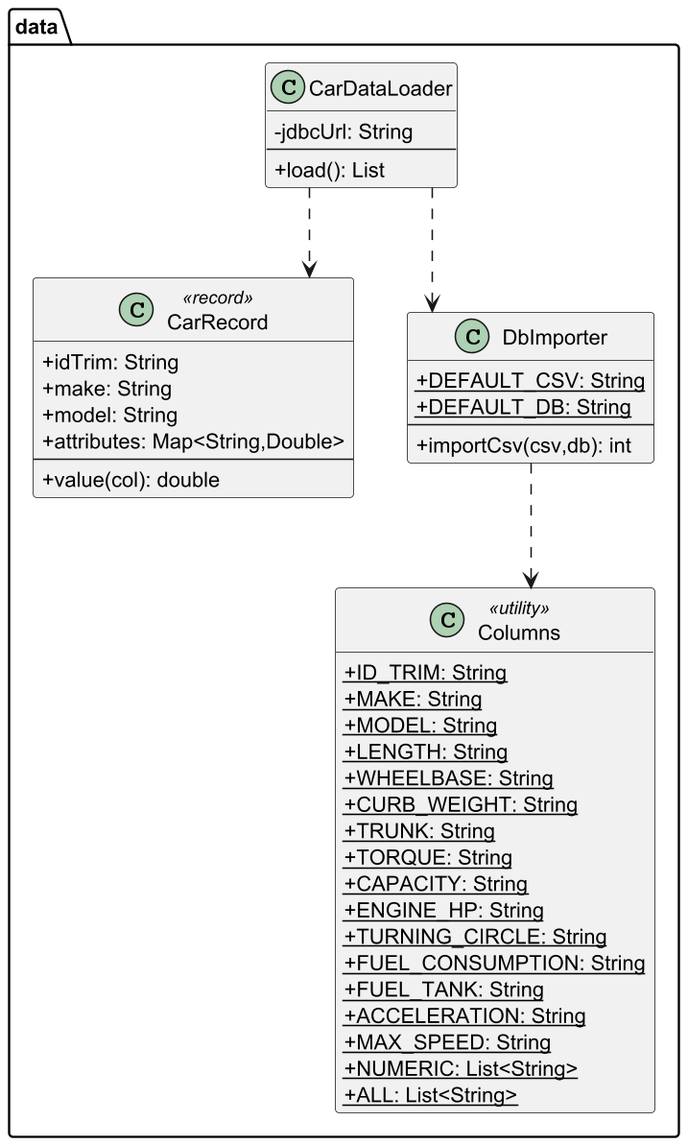
MateuszKosowski/linguistic-summaries keeps this PlantUML diagram as sprawozdanie/plots/uml_data.png. Above is the earlier version. Its diagram source:
```plantuml
@startuml uml_data
skinparam dpi 150
skinparam linetype ortho
skinparam classAttributeIconSize 0
hide empty members

package "data" {
  class CarRecord <<record>> {
    +idTrim: String
    +make: String
    +model: String
    +attributes: Map<String,Double>
    --
    +value(col): double
  }
  class CarDataLoader {
    -jdbcUrl: String
    --
    +load(): List
  }
  class DbImporter {
    {static}+DEFAULT_CSV: String
    {static}+DEFAULT_DB: String
    --
    +importCsv(csv,db): int
  }
  class Columns <<utility>> {
    {static}+ID_TRIM: String
    {static}+MAKE: String
    {static}+MODEL: String
    {static}+LENGTH: String
    {static}+WHEELBASE: String
    {static}+CURB_WEIGHT: String
    {static}+TRUNK: String
    {static}+TORQUE: String
    {static}+CAPACITY: String
    {static}+ENGINE_HP: String
    {static}+TURNING_CIRCLE: String
    {static}+FUEL_CONSUMPTION: String
    {static}+FUEL_TANK: String
    {static}+ACCELERATION: String
    {static}+MAX_SPEED: String
    {static}+NUMERIC: List<String>
    {static}+ALL: List<String>
  }
}

CarDataLoader ..> CarRecord
CarDataLoader ..> DbImporter
DbImporter ..> Columns
@enduml
```
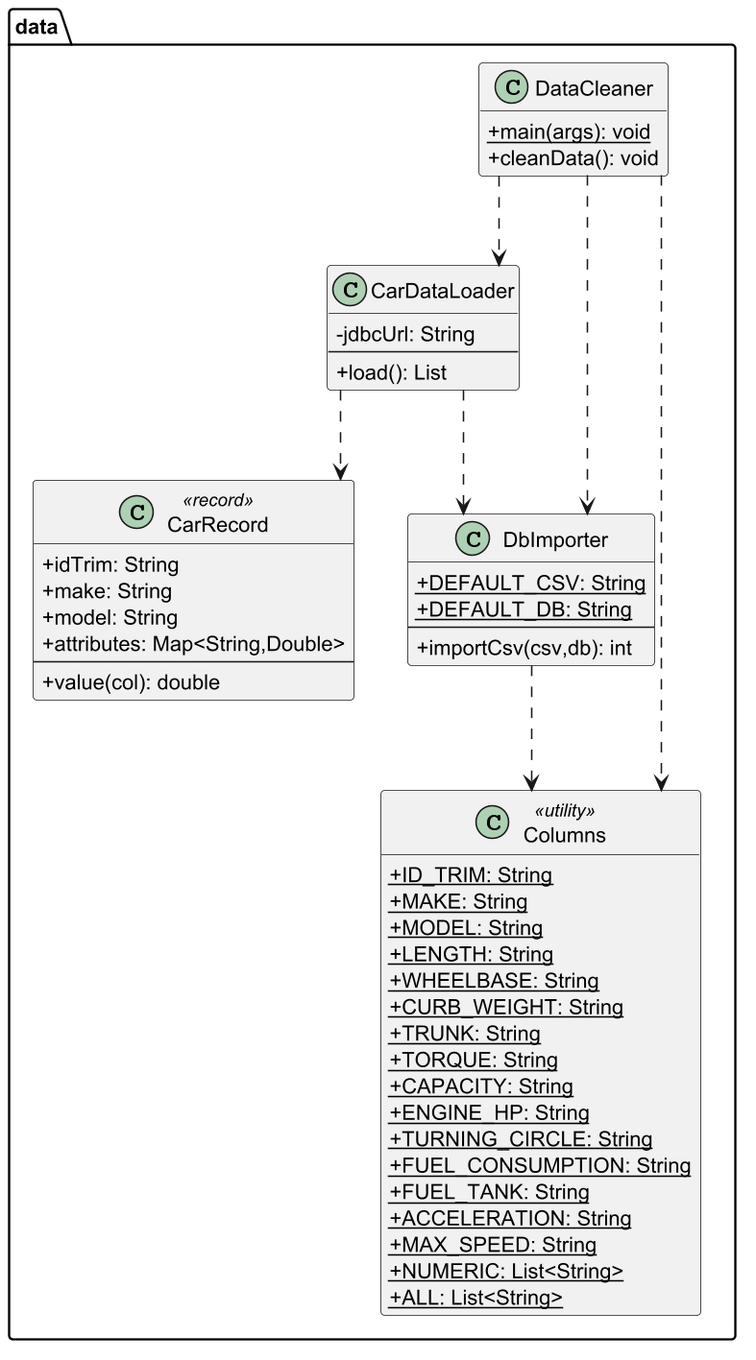
The same diagram one commit later.

The edit, as a diff of the source:
```diff
@@ -24,6 +24,10 @@
     --
     +importCsv(csv,db): int
   }
+  class DataCleaner {
+    {static}+main(args): void
+    +cleanData(): void
+  }
   class Columns <<utility>> {
     {static}+ID_TRIM: String
     {static}+MAKE: String
@@ -47,5 +51,8 @@
 
 CarDataLoader ..> CarRecord
 CarDataLoader ..> DbImporter
+DataCleaner ..> DbImporter
+DataCleaner ..> CarDataLoader
+DataCleaner ..> Columns
 DbImporter ..> Columns
 @enduml
```
